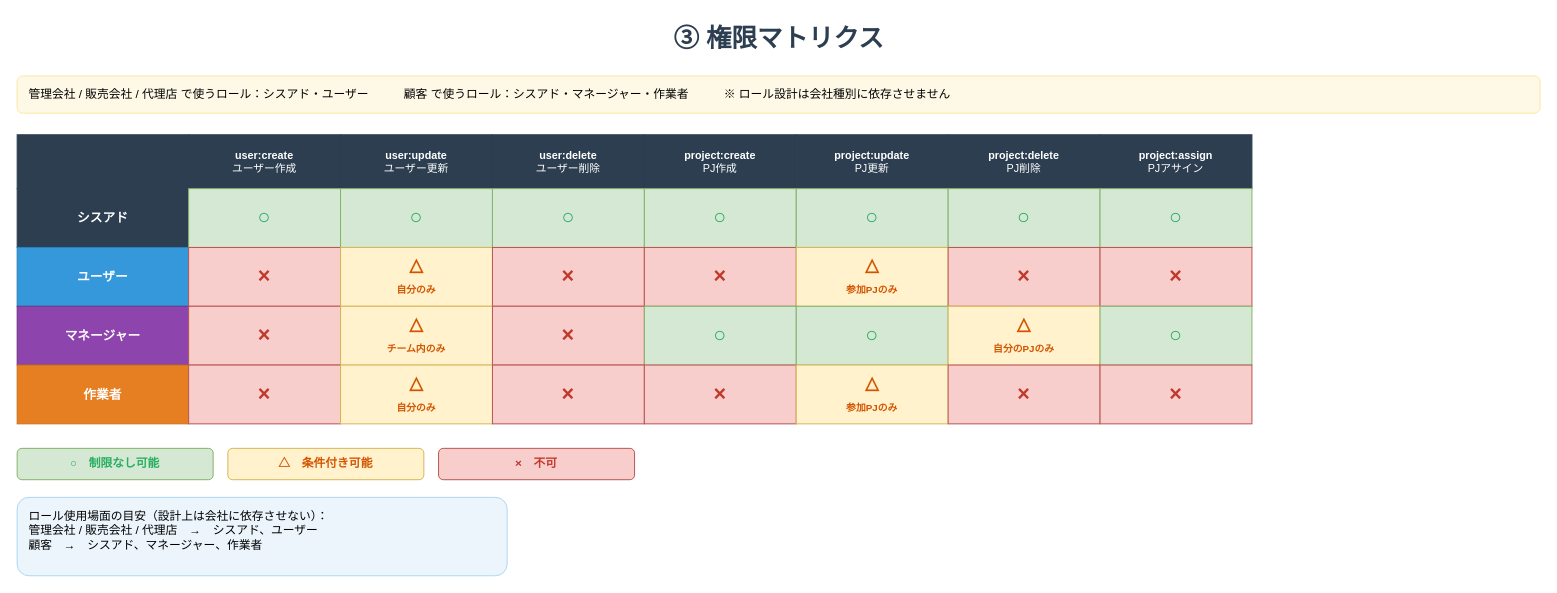
k-smz-win/splicer keeps this draw.io diagram as page "③権限マトリクス" (3 of 5) of docs/splicer_org_permission_diagram.drawio. Above is the earlier version. Source tidied: cells renumbered, new cells numbered last; positions are measured from the earlier drawing's top-left corner, leaving out a move shared by most shapes. Both pictures are drawn from the tidied source at 98%, with x=0, y=0 at pixel (17, 17).
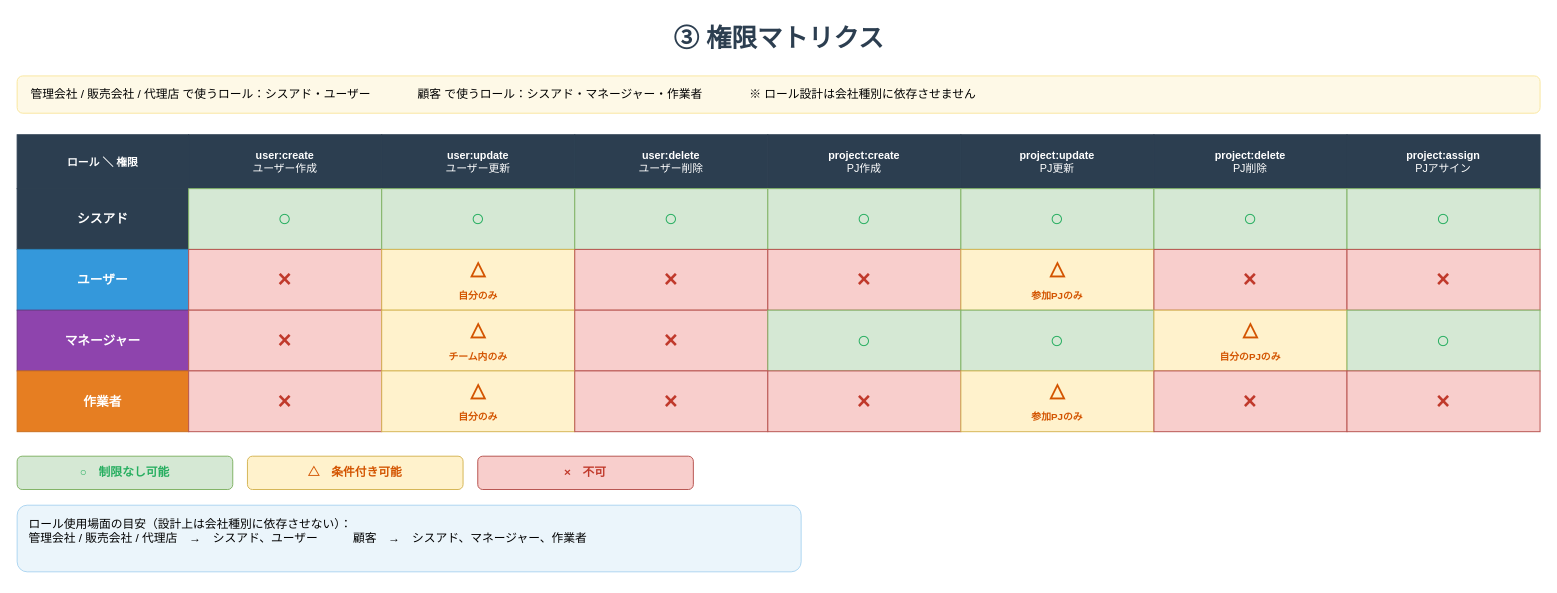
The same diagram, later.

Diff of the diagram source:
```diff
@@
-    <mxCell id="3" value="管理会社 / 販売会社 / 代理店 で使うロール：シスアド・ユーザー　　　顧客 で使うロール：シスアド・マネージャー・作業者　　　※ ロール設計は会社種別に依存させません" style="rounded=1;whiteSpace=wrap;html=1;fillColor=#FEF9E7;strokeColor=#F9E79F;fontSize=12;align=left;spacingLeft=10;" parent="1" vertex="1">
+    <mxCell id="3" value="管理会社 / 販売会社 / 代理店 で使うロール：シスアド・ユーザー　　　　顧客 で使うロール：シスアド・マネージャー・作業者　　　　※ ロール設計は会社種別に依存させません" style="rounded=1;whiteSpace=wrap;html=1;fillColor=#FEF9E7;strokeColor=#F9E79F;fontSize=12;align=left;spacingLeft=12;" parent="1" vertex="1">
       <mxGeometry y="60" width="1554" height="38" as="geometry" />
     </mxCell>
-    <mxCell id="4" style="whiteSpace=wrap;html=1;fillColor=#2C3E50;strokeColor=#2C3E50;" parent="1" vertex="1">
+    <mxCell id="4" value="ロール ＼ 権限" style="whiteSpace=wrap;html=1;fillColor=#2C3E50;strokeColor=#2C3E50;fontColor=#FFFFFF;fontSize=11;fontStyle=1;align=center;" parent="1" vertex="1">
       <mxGeometry y="120" width="175" height="55" as="geometry" />
     </mxCell>
     <mxCell id="5" value="&lt;b&gt;user:create&lt;/b&gt;&lt;br/&gt;ユーザー作成" style="whiteSpace=wrap;html=1;fillColor=#2C3E50;strokeColor=#2C3E50;fontColor=#FFFFFF;fontSize=11;align=center;" parent="1" vertex="1">
-      <mxGeometry x="175" y="120" width="155" height="55" as="geometry" />
+      <mxGeometry x="175" y="120" width="197" height="55" as="geometry" />
     </mxCell>
     <mxCell id="6" value="&lt;b&gt;user:update&lt;/b&gt;&lt;br/&gt;ユーザー更新" style="whiteSpace=wrap;html=1;fillColor=#2C3E50;strokeColor=#2C3E50;fontColor=#FFFFFF;fontSize=11;align=center;" parent="1" vertex="1">
-      <mxGeometry x="330" y="120" width="155" height="55" as="geometry" />
+      <mxGeometry x="372" y="120" width="197" height="55" as="geometry" />
     </mxCell>
     <mxCell id="7" value="&lt;b&gt;user:delete&lt;/b&gt;&lt;br/&gt;ユーザー削除" style="whiteSpace=wrap;html=1;fillColor=#2C3E50;strokeColor=#2C3E50;fontColor=#FFFFFF;fontSize=11;align=center;" parent="1" vertex="1">
-      <mxGeometry x="485" y="120" width="155" height="55" as="geometry" />
+      <mxGeometry x="569" y="120" width="197" height="55" as="geometry" />
     </mxCell>
     <mxCell id="8" value="&lt;b&gt;project:create&lt;/b&gt;&lt;br/&gt;PJ作成" style="whiteSpace=wrap;html=1;fillColor=#2C3E50;strokeColor=#2C3E50;fontColor=#FFFFFF;fontSize=11;align=center;" parent="1" vertex="1">
-      <mxGeometry x="640" y="120" width="155" height="55" as="geometry" />
+      <mxGeometry x="766" y="120" width="197" height="55" as="geometry" />
     </mxCell>
     <mxCell id="9" value="&lt;b&gt;project:update&lt;/b&gt;&lt;br/&gt;PJ更新" style="whiteSpace=wrap;html=1;fillColor=#2C3E50;strokeColor=#2C3E50;fontColor=#FFFFFF;fontSize=11;align=center;" parent="1" vertex="1">
-      <mxGeometry x="795" y="120" width="155" height="55" as="geometry" />
+      <mxGeometry x="963" y="120" width="197" height="55" as="geometry" />
     </mxCell>
     <mxCell id="10" value="&lt;b&gt;project:delete&lt;/b&gt;&lt;br/&gt;PJ削除" style="whiteSpace=wrap;html=1;fillColor=#2C3E50;strokeColor=#2C3E50;fontColor=#FFFFFF;fontSize=11;align=center;" parent="1" vertex="1">
-      <mxGeometry x="950" y="120" width="155" height="55" as="geometry" />
+      <mxGeometry x="1160" y="120" width="197" height="55" as="geometry" />
     </mxCell>
     <mxCell id="11" value="&lt;b&gt;project:assign&lt;/b&gt;&lt;br/&gt;PJアサイン" style="whiteSpace=wrap;html=1;fillColor=#2C3E50;strokeColor=#2C3E50;fontColor=#FFFFFF;fontSize=11;align=center;" parent="1" vertex="1">
-      <mxGeometry x="1105" y="120" width="155" height="55" as="geometry" />
+      <mxGeometry x="1357" y="120" width="197" height="55" as="geometry" />
     </mxCell>
     <mxCell id="12" value="&lt;b&gt;シスアド&lt;/b&gt;" style="whiteSpace=wrap;html=1;fillColor=#2C3E50;strokeColor=#2C3E50;fontColor=#FFFFFF;fontSize=13;align=center;" parent="1" vertex="1">
-      <mxGeometry y="175" width="175" height="60" as="geometry" />
+      <mxGeometry y="175" width="175" height="62" as="geometry" />
     </mxCell>
-    <mxCell id="13" value="○" style="whiteSpace=wrap;html=1;fillColor=#D5E8D4;strokeColor=#82B366;fontSize=22;align=center;fontColor=#27AE60;fontStyle=1;" parent="1" vertex="1">
-      <mxGeometry x="175" y="175" width="155" height="60" as="geometry" />
+    <mxCell id="13" value="○" style="whiteSpace=wrap;html=1;fillColor=#D5E8D4;strokeColor=#82B366;fontSize=24;align=center;fontColor=#27AE60;fontStyle=1;" parent="1" vertex="1">
+      <mxGeometry x="175" y="175" width="197" height="62" as="geometry" />
     </mxCell>
-    <mxCell id="14" value="○" style="whiteSpace=wrap;html=1;fillColor=#D5E8D4;strokeColor=#82B366;fontSize=22;align=center;fontColor=#27AE60;fontStyle=1;" parent="1" vertex="1">
-      <mxGeometry x="330" y="175" width="155" height="60" as="geometry" />
+    <mxCell id="14" value="○" style="whiteSpace=wrap;html=1;fillColor=#D5E8D4;strokeColor=#82B366;fontSize=24;align=center;fontColor=#27AE60;fontStyle=1;" parent="1" vertex="1">
+      <mxGeometry x="372" y="175" width="197" height="62" as="geometry" />
     </mxCell>
-    <mxCell id="15" value="○" style="whiteSpace=wrap;html=1;fillColor=#D5E8D4;strokeColor=#82B366;fontSize=22;align=center;fontColor=#27AE60;fontStyle=1;" parent="1" vertex="1">
-      <mxGeometry x="485" y="175" width="155" height="60" as="geometry" />
+    <mxCell id="15" value="○" style="whiteSpace=wrap;html=1;fillColor=#D5E8D4;strokeColor=#82B366;fontSize=24;align=center;fontColor=#27AE60;fontStyle=1;" parent="1" vertex="1">
+      <mxGeometry x="569" y="175" width="197" height="62" as="geometry" />
     </mxCell>
-    <mxCell id="16" value="○" style="whiteSpace=wrap;html=1;fillColor=#D5E8D4;strokeColor=#82B366;fontSize=22;align=center;fontColor=#27AE60;fontStyle=1;" parent="1" vertex="1">
-      <mxGeometry x="640" y="175" width="155" height="60" as="geometry" />
+    <mxCell id="16" value="○" style="whiteSpace=wrap;html=1;fillColor=#D5E8D4;strokeColor=#82B366;fontSize=24;align=center;fontColor=#27AE60;fontStyle=1;" parent="1" vertex="1">
+      <mxGeometry x="766" y="175" width="197" height="62" as="geometry" />
     </mxCell>
-    <mxCell id="17" value="○" style="whiteSpace=wrap;html=1;fillColor=#D5E8D4;strokeColor=#82B366;fontSize=22;align=center;fontColor=#27AE60;fontStyle=1;" parent="1" vertex="1">
-      <mxGeometry x="795" y="175" width="155" height="60" as="geometry" />
+    <mxCell id="17" value="○" style="whiteSpace=wrap;html=1;fillColor=#D5E8D4;strokeColor=#82B366;fontSize=24;align=center;fontColor=#27AE60;fontStyle=1;" parent="1" vertex="1">
+      <mxGeometry x="963" y="175" width="197" height="62" as="geometry" />
     </mxCell>
-    <mxCell id="18" value="○" style="whiteSpace=wrap;html=1;fillColor=#D5E8D4;strokeColor=#82B366;fontSize=22;align=center;fontColor=#27AE60;fontStyle=1;" parent="1" vertex="1">
-      <mxGeometry x="950" y="175" width="155" height="60" as="geometry" />
+    <mxCell id="18" value="○" style="whiteSpace=wrap;html=1;fillColor=#D5E8D4;strokeColor=#82B366;fontSize=24;align=center;fontColor=#27AE60;fontStyle=1;" parent="1" vertex="1">
+      <mxGeometry x="1160" y="175" width="197" height="62" as="geometry" />
     </mxCell>
-    <mxCell id="19" value="○" style="whiteSpace=wrap;html=1;fillColor=#D5E8D4;strokeColor=#82B366;fontSize=22;align=center;fontColor=#27AE60;fontStyle=1;" parent="1" vertex="1">
-      <mxGeometry x="1105" y="175" width="155" height="60" as="geometry" />
+    <mxCell id="19" value="○" style="whiteSpace=wrap;html=1;fillColor=#D5E8D4;strokeColor=#82B366;fontSize=24;align=center;fontColor=#27AE60;fontStyle=1;" parent="1" vertex="1">
+      <mxGeometry x="1357" y="175" width="197" height="62" as="geometry" />
     </mxCell>
     <mxCell id="20" value="&lt;b&gt;ユーザー&lt;/b&gt;" style="whiteSpace=wrap;html=1;fillColor=#3498DB;strokeColor=#2980B9;fontColor=#FFFFFF;fontSize=13;align=center;" parent="1" vertex="1">
-      <mxGeometry y="235" width="175" height="60" as="geometry" />
+      <mxGeometry y="237" width="175" height="62" as="geometry" />
     </mxCell>
-    <mxCell id="21" value="×" style="whiteSpace=wrap;html=1;fillColor=#F8CECC;strokeColor=#B85450;fontSize=22;align=center;fontColor=#C0392B;fontStyle=1;" parent="1" vertex="1">
-      <mxGeometry x="175" y="235" width="155" height="60" as="geometry" />
+    <mxCell id="21" value="×" style="whiteSpace=wrap;html=1;fillColor=#F8CECC;strokeColor=#B85450;fontSize=24;align=center;fontColor=#C0392B;fontStyle=1;" parent="1" vertex="1">
+      <mxGeometry x="175" y="237" width="197" height="62" as="geometry" />
     </mxCell>
-    <mxCell id="22" value="△&lt;br/&gt;&lt;font style='font-size:10px;'&gt;自分のみ&lt;/font&gt;" style="whiteSpace=wrap;html=1;fillColor=#FFF2CC;strokeColor=#D6B656;fontSize=18;align=center;fontColor=#D35400;fontStyle=1;" parent="1" vertex="1">
-      <mxGeometry x="330" y="235" width="155" height="60" as="geometry" />
+    <mxCell id="22" value="△&lt;br/&gt;&lt;font style=&quot;font-size:10px;&quot;&gt;自分のみ&lt;/font&gt;" style="whiteSpace=wrap;html=1;fillColor=#FFF2CC;strokeColor=#D6B656;fontSize=20;align=center;fontColor=#D35400;fontStyle=1;" parent="1" vertex="1">
+      <mxGeometry x="372" y="237" width="197" height="62" as="geometry" />
     </mxCell>
-    <mxCell id="23" value="×" style="whiteSpace=wrap;html=1;fillColor=#F8CECC;strokeColor=#B85450;fontSize=22;align=center;fontColor=#C0392B;fontStyle=1;" parent="1" vertex="1">
-      <mxGeometry x="485" y="235" width="155" height="60" as="geometry" />
+    <mxCell id="23" value="×" style="whiteSpace=wrap;html=1;fillColor=#F8CECC;strokeColor=#B85450;fontSize=24;align=center;fontColor=#C0392B;fontStyle=1;" parent="1" vertex="1">
+      <mxGeometry x="569" y="237" width="197" height="62" as="geometry" />
     </mxCell>
-    <mxCell id="24" value="×" style="whiteSpace=wrap;html=1;fillColor=#F8CECC;strokeColor=#B85450;fontSize=22;align=center;fontColor=#C0392B;fontStyle=1;" parent="1" vertex="1">
-      <mxGeometry x="640" y="235" width="155" height="60" as="geometry" />
+    <mxCell id="24" value="×" style="whiteSpace=wrap;html=1;fillColor=#F8CECC;strokeColor=#B85450;fontSize=24;align=center;fontColor=#C0392B;fontStyle=1;" parent="1" vertex="1">
+      <mxGeometry x="766" y="237" width="197" height="62" as="geometry" />
     </mxCell>
-    <mxCell id="25" value="△&lt;br/&gt;&lt;font style='font-size:10px;'&gt;参加PJのみ&lt;/font&gt;" style="whiteSpace=wrap;html=1;fillColor=#FFF2CC;strokeColor=#D6B656;fontSize=18;align=center;fontColor=#D35400;fontStyle=1;" parent="1" vertex="1">
-      <mxGeometry x="795" y="235" width="155" height="60" as="geometry" />
+    <mxCell id="25" value="△&lt;br/&gt;&lt;font style=&quot;font-size:10px;&quot;&gt;参加PJのみ&lt;/font&gt;" style="whiteSpace=wrap;html=1;fillColor=#FFF2CC;strokeColor=#D6B656;fontSize=20;align=center;fontColor=#D35400;fontStyle=1;" parent="1" vertex="1">
+      <mxGeometry x="963" y="237" width="197" height="62" as="geometry" />
     </mxCell>
-    <mxCell id="26" value="×" style="whiteSpace=wrap;html=1;fillColor=#F8CECC;strokeColor=#B85450;fontSize=22;align=center;fontColor=#C0392B;fontStyle=1;" parent="1" vertex="1">
-      <mxGeometry x="950" y="235" width="155" height="60" as="geometry" />
+    <mxCell id="26" value="×" style="whiteSpace=wrap;html=1;fillColor=#F8CECC;strokeColor=#B85450;fontSize=24;align=center;fontColor=#C0392B;fontStyle=1;" parent="1" vertex="1">
+      <mxGeometry x="1160" y="237" width="197" height="62" as="geometry" />
     </mxCell>
-    <mxCell id="27" value="×" style="whiteSpace=wrap;html=1;fillColor=#F8CECC;strokeColor=#B85450;fontSize=22;align=center;fontColor=#C0392B;fontStyle=1;" parent="1" vertex="1">
-      <mxGeometry x="1105" y="235" width="155" height="60" as="geometry" />
+    <mxCell id="27" value="×" style="whiteSpace=wrap;html=1;fillColor=#F8CECC;strokeColor=#B85450;fontSize=24;align=center;fontColor=#C0392B;fontStyle=1;" parent="1" vertex="1">
+      <mxGeometry x="1357" y="237" width="197" height="62" as="geometry" />
     </mxCell>
     <mxCell id="28" value="&lt;b&gt;マネージャー&lt;/b&gt;" style="whiteSpace=wrap;html=1;fillColor=#8E44AD;strokeColor=#6C3483;fontColor=#FFFFFF;fontSize=13;align=center;" parent="1" vertex="1">
-      <mxGeometry y="295" width="175" height="60" as="geometry" />
+      <mxGeometry y="299" width="175" height="62" as="geometry" />
     </mxCell>
-    <mxCell id="29" value="×" style="whiteSpace=wrap;html=1;fillColor=#F8CECC;strokeColor=#B85450;fontSize=22;align=center;fontColor=#C0392B;fontStyle=1;" parent="1" vertex="1">
-      <mxGeometry x="175" y="295" width="155" height="60" as="geometry" />
+    <mxCell id="29" value="×" style="whiteSpace=wrap;html=1;fillColor=#F8CECC;strokeColor=#B85450;fontSize=24;align=center;fontColor=#C0392B;fontStyle=1;" parent="1" vertex="1">
+      <mxGeometry x="175" y="299" width="197" height="62" as="geometry" />
     </mxCell>
-    <mxCell id="30" value="△&lt;br/&gt;&lt;font style='font-size:10px;'&gt;チーム内のみ&lt;/font&gt;" style="whiteSpace=wrap;html=1;fillColor=#FFF2CC;strokeColor=#D6B656;fontSize=18;align=center;fontColor=#D35400;fontStyle=1;" parent="1" vertex="1">
-      <mxGeometry x="330" y="295" width="155" height="60" as="geometry" />
+    <mxCell id="30" value="△&lt;br/&gt;&lt;font style=&quot;font-size:10px;&quot;&gt;チーム内のみ&lt;/font&gt;" style="whiteSpace=wrap;html=1;fillColor=#FFF2CC;strokeColor=#D6B656;fontSize=20;align=center;fontColor=#D35400;fontStyle=1;" parent="1" vertex="1">
+      <mxGeometry x="372" y="299" width="197" height="62" as="geometry" />
     </mxCell>
-    <mxCell id="31" value="×" style="whiteSpace=wrap;html=1;fillColor=#F8CECC;strokeColor=#B85450;fontSize=22;align=center;fontColor=#C0392B;fontStyle=1;" parent="1" vertex="1">
-      <mxGeometry x="485" y="295" width="155" height="60" as="geometry" />
+    <mxCell id="31" value="×" style="whiteSpace=wrap;html=1;fillColor=#F8CECC;strokeColor=#B85450;fontSize=24;align=center;fontColor=#C0392B;fontStyle=1;" parent="1" vertex="1">
+      <mxGeometry x="569" y="299" width="197" height="62" as="geometry" />
     </mxCell>
-    <mxCell id="32" value="○" style="whiteSpace=wrap;html=1;fillColor=#D5E8D4;strokeColor=#82B366;fontSize=22;align=center;fontColor=#27AE60;fontStyle=1;" parent="1" vertex="1">
-      <mxGeometry x="640" y="295" width="155" height="60" as="geometry" />
+    <mxCell id="32" value="○" style="whiteSpace=wrap;html=1;fillColor=#D5E8D4;strokeColor=#82B366;fontSize=24;align=center;fontColor=#27AE60;fontStyle=1;" parent="1" vertex="1">
+      <mxGeometry x="766" y="299" width="197" height="62" as="geometry" />
     </mxCell>
-    <mxCell id="33" value="○" style="whiteSpace=wrap;html=1;fillColor=#D5E8D4;strokeColor=#82B366;fontSize=22;align=center;fontColor=#27AE60;fontStyle=1;" parent="1" vertex="1">
-      <mxGeometry x="795" y="295" width="155" height="60" as="geometry" />
+    <mxCell id="33" value="○" style="whiteSpace=wrap;html=1;fillColor=#D5E8D4;strokeColor=#82B366;fontSize=24;align=center;fontColor=#27AE60;fontStyle=1;" parent="1" vertex="1">
+      <mxGeometry x="963" y="299" width="197" height="62" as="geometry" />
     </mxCell>
-    <mxCell id="34" value="△&lt;br/&gt;&lt;font style='font-size:10px;'&gt;自分のPJのみ&lt;/font&gt;" style="whiteSpace=wrap;html=1;fillColor=#FFF2CC;strokeColor=#D6B656;fontSize=18;align=center;fontColor=#D35400;fontStyle=1;" parent="1" vertex="1">
-      <mxGeometry x="950" y="295" width="155" height="60" as="geometry" />
+    <mxCell id="34" value="△&lt;br/&gt;&lt;font style=&quot;font-size:10px;&quot;&gt;自分のPJのみ&lt;/font&gt;" style="whiteSpace=wrap;html=1;fillColor=#FFF2CC;strokeColor=#D6B656;fontSize=20;align=center;fontColor=#D35400;fontStyle=1;" parent="1" vertex="1">
+      <mxGeometry x="1160" y="299" width="197" height="62" as="geometry" />
     </mxCell>
-    <mxCell id="35" value="○" style="whiteSpace=wrap;html=1;fillColor=#D5E8D4;strokeColor=#82B366;fontSize=22;align=center;fontColor=#27AE60;fontStyle=1;" parent="1" vertex="1">
-      <mxGeometry x="1105" y="295" width="155" height="60" as="geometry" />
+    <mxCell id="35" value="○" style="whiteSpace=wrap;html=1;fillColor=#D5E8D4;strokeColor=#82B366;fontSize=24;align=center;fontColor=#27AE60;fontStyle=1;" parent="1" vertex="1">
+      <mxGeometry x="1357" y="299" width="197" height="62" as="geometry" />
     </mxCell>
     <mxCell id="36" value="&lt;b&gt;作業者&lt;/b&gt;" style="whiteSpace=wrap;html=1;fillColor=#E67E22;strokeColor=#CA6F1E;fontColor=#FFFFFF;fontSize=13;align=center;" parent="1" vertex="1">
-      <mxGeometry y="355" width="175" height="60" as="geometry" />
+      <mxGeometry y="361" width="175" height="62" as="geometry" />
     </mxCell>
-    <mxCell id="37" value="×" style="whiteSpace=wrap;html=1;fillColor=#F8CECC;strokeColor=#B85450;fontSize=22;align=center;fontColor=#C0392B;fontStyle=1;" parent="1" vertex="1">
-      <mxGeometry x="175" y="355" width="155" height="60" as="geometry" />
+    <mxCell id="37" value="×" style="whiteSpace=wrap;html=1;fillColor=#F8CECC;strokeColor=#B85450;fontSize=24;align=center;fontColor=#C0392B;fontStyle=1;" parent="1" vertex="1">
+      <mxGeometry x="175" y="361" width="197" height="62" as="geometry" />
     </mxCell>
-    <mxCell id="38" value="△&lt;br/&gt;&lt;font style='font-size:10px;'&gt;自分のみ&lt;/font&gt;" style="whiteSpace=wrap;html=1;fillColor=#FFF2CC;strokeColor=#D6B656;fontSize=18;align=center;fontColor=#D35400;fontStyle=1;" parent="1" vertex="1">
-      <mxGeometry x="330" y="355" width="155" height="60" as="geometry" />
+    <mxCell id="38" value="△&lt;br/&gt;&lt;font style=&quot;font-size:10px;&quot;&gt;自分のみ&lt;/font&gt;" style="whiteSpace=wrap;html=1;fillColor=#FFF2CC;strokeColor=#D6B656;fontSize=20;align=center;fontColor=#D35400;fontStyle=1;" parent="1" vertex="1">
+      <mxGeometry x="372" y="361" width="197" height="62" as="geometry" />
     </mxCell>
-    <mxCell id="39" value="×" style="whiteSpace=wrap;html=1;fillColor=#F8CECC;strokeColor=#B85450;fontSize=22;align=center;fontColor=#C0392B;fontStyle=1;" parent="1" vertex="1">
-      <mxGeometry x="485" y="355" width="155" height="60" as="geometry" />
+    <mxCell id="39" value="×" style="whiteSpace=wrap;html=1;fillColor=#F8CECC;strokeColor=#B85450;fontSize=24;align=center;fontColor=#C0392B;fontStyle=1;" parent="1" vertex="1">
+      <mxGeometry x="569" y="361" width="197" height="62" as="geometry" />
     </mxCell>
-    <mxCell id="40" value="×" style="whiteSpace=wrap;html=1;fillColor=#F8CECC;strokeColor=#B85450;fontSize=22;align=center;fontColor=#C0392B;fontStyle=1;" parent="1" vertex="1">
-      <mxGeometry x="640" y="355" width="155" height="60" as="geometry" />
+    <mxCell id="40" value="×" style="whiteSpace=wrap;html=1;fillColor=#F8CECC;strokeColor=#B85450;fontSize=24;align=center;fontColor=#C0392B;fontStyle=1;" parent="1" vertex="1">
+      <mxGeometry x="766" y="361" width="197" height="62" as="geometry" />
     </mxCell>
-    <mxCell id="41" value="△&lt;br/&gt;&lt;font style='font-size:10px;'&gt;参加PJのみ&lt;/font&gt;" style="whiteSpace=wrap;html=1;fillColor=#FFF2CC;strokeColor=#D6B656;fontSize=18;align=center;fontColor=#D35400;fontStyle=1;" parent="1" vertex="1">
-      <mxGeometry x="795" y="355" width="155" height="60" as="geometry" />
+    <mxCell id="41" value="△&lt;br/&gt;&lt;font style=&quot;font-size:10px;&quot;&gt;参加PJのみ&lt;/font&gt;" style="whiteSpace=wrap;html=1;fillColor=#FFF2CC;strokeColor=#D6B656;fontSize=20;align=center;fontColor=#D35400;fontStyle=1;" parent="1" vertex="1">
+      <mxGeometry x="963" y="361" width="197" height="62" as="geometry" />
     </mxCell>
-    <mxCell id="42" value="×" style="whiteSpace=wrap;html=1;fillColor=#F8CECC;strokeColor=#B85450;fontSize=22;align=center;fontColor=#C0392B;fontStyle=1;" parent="1" vertex="1">
-      <mxGeometry x="950" y="355" width="155" height="60" as="geometry" />
+    <mxCell id="42" value="×" style="whiteSpace=wrap;html=1;fillColor=#F8CECC;strokeColor=#B85450;fontSize=24;align=center;fontColor=#C0392B;fontStyle=1;" parent="1" vertex="1">
+      <mxGeometry x="1160" y="361" width="197" height="62" as="geometry" />
     </mxCell>
-    <mxCell id="43" value="×" style="whiteSpace=wrap;html=1;fillColor=#F8CECC;strokeColor=#B85450;fontSize=22;align=center;fontColor=#C0392B;fontStyle=1;" parent="1" vertex="1">
-      <mxGeometry x="1105" y="355" width="155" height="60" as="geometry" />
+    <mxCell id="43" value="×" style="whiteSpace=wrap;html=1;fillColor=#F8CECC;strokeColor=#B85450;fontSize=24;align=center;fontColor=#C0392B;fontStyle=1;" parent="1" vertex="1">
+      <mxGeometry x="1357" y="361" width="197" height="62" as="geometry" />
     </mxCell>
     <mxCell id="44" value="○　制限なし可能" style="rounded=1;whiteSpace=wrap;html=1;fillColor=#D5E8D4;strokeColor=#82B366;fontSize=12;align=center;fontColor=#27AE60;fontStyle=1;" parent="1" vertex="1">
-      <mxGeometry y="440" width="200" height="32" as="geometry" />
+      <mxGeometry y="448" width="220" height="34" as="geometry" />
     </mxCell>
     <mxCell id="45" value="△　条件付き可能" style="rounded=1;whiteSpace=wrap;html=1;fillColor=#FFF2CC;strokeColor=#D6B656;fontSize=12;align=center;fontColor=#D35400;fontStyle=1;" parent="1" vertex="1">
-      <mxGeometry x="215" y="440" width="200" height="32" as="geometry" />
+      <mxGeometry x="235" y="448" width="220" height="34" as="geometry" />
     </mxCell>
     <mxCell id="46" value="×　不可" style="rounded=1;whiteSpace=wrap;html=1;fillColor=#F8CECC;strokeColor=#B85450;fontSize=12;align=center;fontColor=#C0392B;fontStyle=1;" parent="1" vertex="1">
-      <mxGeometry x="430" y="440" width="200" height="32" as="geometry" />
+      <mxGeometry x="470" y="448" width="220" height="34" as="geometry" />
     </mxCell>
-    <mxCell id="47" value="ロール使用場面の目安（設計上は会社に依存させない）：&lt;br/&gt;管理会社 / 販売会社 / 代理店　→　シスアド、ユーザー&lt;br/&gt;顧客　→　シスアド、マネージャー、作業者" style="rounded=1;whiteSpace=wrap;html=1;fillColor=#EBF5FB;strokeColor=#AED6F1;fontSize=12;align=left;spacingLeft=10;verticalAlign=top;spacingTop=6;" parent="1" vertex="1">
-      <mxGeometry y="490" width="500" height="80" as="geometry" />
+    <mxCell id="47" value="ロール使用場面の目安（設計上は会社種別に依存させない）：&lt;br/&gt;管理会社 / 販売会社 / 代理店　→　シスアド、ユーザー　　　顧客　→　シスアド、マネージャー、作業者" style="rounded=1;whiteSpace=wrap;html=1;fillColor=#EBF5FB;strokeColor=#AED6F1;fontSize=12;align=left;spacingLeft=10;verticalAlign=top;spacingTop=6;" parent="1" vertex="1">
+      <mxGeometry y="498" width="800" height="68" as="geometry" />
     </mxCell>
```
